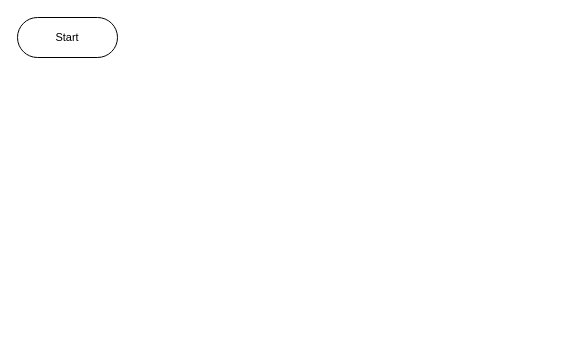
The draw.io diagram DNCN.drawio in ivanpilariza/assignment, before the edit. Source tidied: cells renumbered, new cells numbered last; positions are measured from the earlier drawing's top-left corner, leaving out a move shared by most shapes. Both pictures are drawn from the tidied source at 100%, with x=0, y=0 at pixel (17, 17).
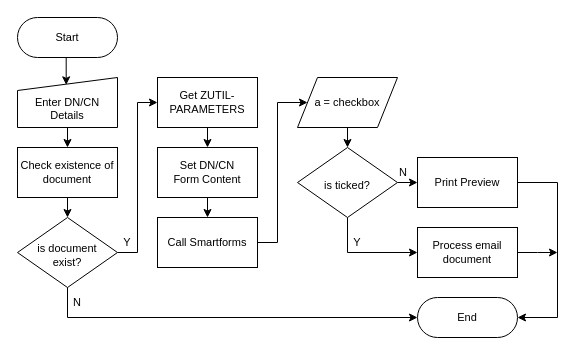
The same page after the edit.

Unchanged cells that the change refers to:
```xml
<mxCell id="2" value="Start" style="html=1;dashed=0;whiteSpace=wrap;shape=mxgraph.dfd.start;fontSize=11;" parent="1" vertex="1">
  <mxGeometry width="100" height="40" as="geometry" />
</mxCell>
```

Change to the diagram source:
```diff
@@
+    <mxCell id="3" style="edgeStyle=orthogonalEdgeStyle;rounded=0;jettySize=auto;html=1;exitX=0.5;exitY=1;exitDx=0;exitDy=0;entryX=0.5;entryY=0;entryDx=0;entryDy=0;" parent="1" edge="1" source="4" target="6">
+      <mxGeometry relative="1" as="geometry" />
+    </mxCell>
+    <mxCell id="4" value="&lt;br&gt;Enter DN/CN Details" style="shape=manualInput;whiteSpace=wrap;html=1;fontSize=11;size=13;" parent="1" vertex="1">
+      <mxGeometry y="60" width="100" height="50" as="geometry" />
+    </mxCell>
+    <mxCell id="5" style="edgeStyle=orthogonalEdgeStyle;rounded=0;jettySize=auto;html=1;exitX=0.5;exitY=1;exitDx=0;exitDy=0;entryX=0.5;entryY=0;entryDx=0;entryDy=0;" parent="1" edge="1" source="6" target="8">
+      <mxGeometry relative="1" as="geometry" />
+    </mxCell>
+    <mxCell id="6" value="Check existence of document" style="whiteSpace=wrap;html=1;strokeWidth=1;fontSize=11;" parent="1" vertex="1">
+      <mxGeometry y="130" width="100" height="50" as="geometry" />
+    </mxCell>
+    <mxCell id="7" style="edgeStyle=orthogonalEdgeStyle;rounded=0;jettySize=auto;html=1;exitX=1;exitY=0.5;exitDx=0;exitDy=0;entryX=0;entryY=0.5;entryDx=0;entryDy=0;" parent="1" edge="1" source="8" target="10">
+      <mxGeometry relative="1" as="geometry" />
+    </mxCell>
+    <mxCell id="8" value="is document&lt;br&gt;exist?" style="rhombus;whiteSpace=wrap;html=1;strokeWidth=1;fontSize=11;spacingTop=5;" parent="1" vertex="1">
+      <mxGeometry y="200" width="100" height="70" as="geometry" />
+    </mxCell>
+    <mxCell id="9" style="edgeStyle=orthogonalEdgeStyle;rounded=0;jettySize=auto;html=1;exitX=0.5;exitY=1;exitDx=0;exitDy=0;entryX=0.5;entryY=0;entryDx=0;entryDy=0;" parent="1" edge="1" source="10" target="12">
+      <mxGeometry relative="1" as="geometry" />
+    </mxCell>
+    <mxCell id="10" value="Get ZUTIL-PARAMETERS" style="whiteSpace=wrap;html=1;strokeWidth=1;fontSize=11;" parent="1" vertex="1">
+      <mxGeometry x="140" y="60" width="100" height="50" as="geometry" />
+    </mxCell>
+    <mxCell id="11" style="edgeStyle=orthogonalEdgeStyle;rounded=0;jettySize=auto;html=1;exitX=0.5;exitY=1;exitDx=0;exitDy=0;entryX=0.5;entryY=0;entryDx=0;entryDy=0;" parent="1" edge="1" source="12" target="14">
+      <mxGeometry relative="1" as="geometry" />
+    </mxCell>
+    <mxCell id="12" value="Set DN/CN &lt;br&gt;Form Content" style="whiteSpace=wrap;html=1;strokeWidth=1;fontSize=11;" parent="1" vertex="1">
+      <mxGeometry x="140" y="130" width="100" height="50" as="geometry" />
+    </mxCell>
+    <mxCell id="13" style="edgeStyle=orthogonalEdgeStyle;rounded=0;jettySize=auto;html=1;exitX=1;exitY=0.5;exitDx=0;exitDy=0;entryX=0;entryY=0.5;entryDx=0;entryDy=0;" parent="1" edge="1" source="14" target="17">
+      <mxGeometry relative="1" as="geometry">
+        <Array as="points">
+          <mxPoint x="260" y="225" />
+          <mxPoint x="260" y="85" />
+        </Array>
+      </mxGeometry>
+    </mxCell>
+    <mxCell id="14" value="Call Smartforms" style="whiteSpace=wrap;html=1;strokeWidth=1;fontSize=11;" parent="1" vertex="1">
+      <mxGeometry x="140" y="200" width="100" height="50" as="geometry" />
+    </mxCell>
+    <mxCell id="15" style="edgeStyle=orthogonalEdgeStyle;rounded=0;jettySize=auto;html=1;exitX=0.5;exitY=0.5;exitDx=0;exitDy=20;exitPerimeter=0;entryX=0.487;entryY=0.147;entryDx=0;entryDy=0;entryPerimeter=0;" parent="1" edge="1" source="2" target="4">
+      <mxGeometry relative="1" as="geometry" />
+    </mxCell>
+    <mxCell id="16" style="edgeStyle=orthogonalEdgeStyle;rounded=0;jettySize=auto;html=1;exitX=0.5;exitY=1;exitDx=0;exitDy=0;entryX=0.5;entryY=0;entryDx=0;entryDy=0;" parent="1" edge="1" source="17" target="20">
+      <mxGeometry relative="1" as="geometry" />
+    </mxCell>
+    <mxCell id="17" value="a = checkbox" style="shape=parallelogram;perimeter=parallelogramPerimeter;whiteSpace=wrap;html=1;fixedSize=1;fontSize=11;" parent="1" vertex="1">
+      <mxGeometry x="280" y="60" width="100" height="50" as="geometry" />
+    </mxCell>
+    <mxCell id="18" style="edgeStyle=orthogonalEdgeStyle;rounded=0;jettySize=auto;html=1;exitX=1;exitY=0.5;exitDx=0;exitDy=0;entryX=0;entryY=0.5;entryDx=0;entryDy=0;" parent="1" edge="1" source="20" target="23">
+      <mxGeometry relative="1" as="geometry" />
+    </mxCell>
+    <mxCell id="19" style="edgeStyle=orthogonalEdgeStyle;rounded=0;jettySize=auto;html=1;exitX=0.5;exitY=1;exitDx=0;exitDy=0;entryX=0;entryY=0.5;entryDx=0;entryDy=0;" parent="1" edge="1" source="20" target="22">
+      <mxGeometry relative="1" as="geometry" />
+    </mxCell>
+    <mxCell id="20" value="is ticked?" style="rhombus;whiteSpace=wrap;html=1;strokeWidth=1;fontSize=11;spacingTop=5;" parent="1" vertex="1">
+      <mxGeometry x="280" y="130" width="100" height="70" as="geometry" />
+    </mxCell>
+    <mxCell id="21" style="edgeStyle=orthogonalEdgeStyle;rounded=0;jettySize=auto;html=1;exitX=1;exitY=0.5;exitDx=0;exitDy=0;" parent="1" edge="1" source="22">
+      <mxGeometry relative="1" as="geometry">
+        <mxPoint x="540" y="235" as="targetPoint" />
+      </mxGeometry>
+    </mxCell>
+    <mxCell id="22" value="Process email document" style="whiteSpace=wrap;html=1;strokeWidth=1;fontSize=11;" parent="1" vertex="1">
+      <mxGeometry x="400" y="210" width="100" height="50" as="geometry" />
+    </mxCell>
+    <mxCell id="23" value="Print Preview" style="whiteSpace=wrap;html=1;strokeWidth=1;fontSize=11;" parent="1" vertex="1">
+      <mxGeometry x="400" y="140" width="100" height="50" as="geometry" />
+    </mxCell>
+    <mxCell id="24" value="End" style="html=1;dashed=0;whiteSpace=wrap;shape=mxgraph.dfd.start;fontSize=11;" parent="1" vertex="1">
+      <mxGeometry x="400" y="280" width="100" height="40" as="geometry" />
+    </mxCell>
+    <mxCell id="25" style="edgeStyle=orthogonalEdgeStyle;rounded=0;jettySize=auto;html=1;exitX=0.5;exitY=1;exitDx=0;exitDy=0;entryX=0;entryY=0.5;entryDx=0;entryDy=0;entryPerimeter=0;" parent="1" edge="1" source="8" target="24">
+      <mxGeometry relative="1" as="geometry" />
+    </mxCell>
+    <mxCell id="26" style="edgeStyle=orthogonalEdgeStyle;rounded=0;jettySize=auto;html=1;exitX=1;exitY=0.5;exitDx=0;exitDy=0;entryX=1;entryY=0.5;entryDx=0;entryDy=0;entryPerimeter=0;" parent="1" edge="1" source="23" target="24">
+      <mxGeometry relative="1" as="geometry">
+        <Array as="points">
+          <mxPoint x="540" y="165" />
+          <mxPoint x="540" y="300" />
+        </Array>
+      </mxGeometry>
+    </mxCell>
+    <mxCell id="27" value="N" style="text;strokeColor=none;align=center;fillColor=none;html=1;verticalAlign=middle;whiteSpace=wrap;rounded=0;fontSize=11;" parent="1" vertex="1">
+      <mxGeometry x="30" y="270" width="60" height="30" as="geometry" />
+    </mxCell>
+    <mxCell id="28" value="Y" style="text;strokeColor=none;align=center;fillColor=none;html=1;verticalAlign=middle;whiteSpace=wrap;rounded=0;fontSize=11;" parent="1" vertex="1">
+      <mxGeometry x="80" y="210" width="60" height="30" as="geometry" />
+    </mxCell>
+    <mxCell id="29" value="Y" style="text;strokeColor=none;align=center;fillColor=none;html=1;verticalAlign=middle;whiteSpace=wrap;rounded=0;fontSize=11;" parent="1" vertex="1">
+      <mxGeometry x="310" y="210" width="60" height="30" as="geometry" />
+    </mxCell>
+    <mxCell id="30" value="N" style="text;strokeColor=none;align=center;fillColor=none;html=1;verticalAlign=middle;whiteSpace=wrap;rounded=0;fontSize=11;" parent="1" vertex="1">
+      <mxGeometry x="356" y="140" width="60" height="30" as="geometry" />
+    </mxCell>
```
